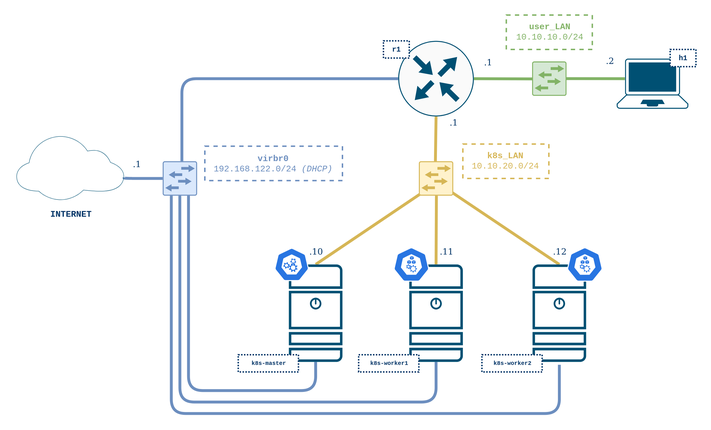
Before: tutorial_kubespray/docs/scenario.png, a diagram exported from draw.io (giros-dit/vnx-kubespray). Source tidied: cells renumbered, new cells last; positions are measured from the earlier drawing's top-left corner, leaving out a move shared by most shapes.
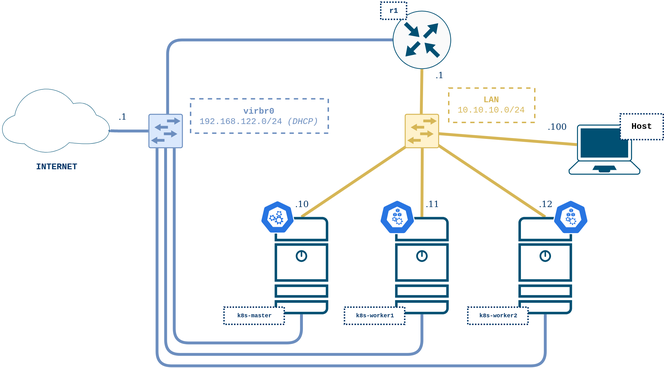
After the commit.

Diff of the diagram source:
```diff
@@ -5,9 +5,8 @@
     <mxCell id="2" style="edgeStyle=none;jettySize=auto;html=1;exitX=0.5;exitY=0;exitDx=0;exitDy=0;exitPerimeter=0;entryX=0.493;entryY=0.591;entryDx=0;entryDy=0;entryPerimeter=0;endArrow=none;strokeColor=#D6B656;strokeWidth=2;fontFamily=Helvetica;fontSize=12;fontColor=#000000;fillColor=#fff2cc;" parent="1" edge="1" source="4" target="29">
       <mxGeometry relative="1" as="geometry" />
     </mxCell>
-    <mxCell id="3" style="edgeStyle=orthogonalEdgeStyle;rounded=1;orthogonalLoop=1;jettySize=auto;html=1;exitX=0.5;exitY=1;exitDx=0;exitDy=0;exitPerimeter=0;entryX=0.25;entryY=0.5;entryDx=0;entryDy=0;entryPerimeter=0;fontSize=12;strokeColor=#6C8EBF;strokeWidth=2;fillColor=#e1d5e7;endArrow=none;" parent="1" edge="1">
+    <mxCell id="3" style="edgeStyle=orthogonalEdgeStyle;rounded=1;jettySize=auto;html=1;exitX=0.5;exitY=1;exitDx=0;exitDy=0;exitPerimeter=0;entryX=0.25;entryY=0.5;entryDx=0;entryDy=0;entryPerimeter=0;fontSize=12;strokeColor=#6C8EBF;strokeWidth=2;fillColor=#e1d5e7;endArrow=none;" parent="1" edge="1" source="4">
       <mxGeometry relative="1" as="geometry">
-        <mxPoint x="378.7" y="244" as="sourcePoint" />
         <mxPoint x="108" y="116" as="targetPoint" />
         <Array as="points">
           <mxPoint x="379" y="278" />
@@ -18,9 +17,6 @@
     <mxCell id="4" style="points=[[0.015,0.015,0],[0.985,0.015,0],[0.985,0.985,0],[0.015,0.985,0],[0.25,0,0],[0.5,0,0],[0.75,0,0],[1,0.25,0],[1,0.5,0],[1,0.75,0],[0.75,1,0],[0.5,1,0],[0.25,1,0],[0,0.75,0],[0,0.5,0],[0,0.25,0]];verticalLabelPosition=bottom;html=1;verticalAlign=top;align=center;shape=mxgraph.cisco19.server;fillColor=#005073;strokeColor=none;" parent="1" vertex="1">
       <mxGeometry x="360" y="174" width="37.4" height="68" as="geometry" />
     </mxCell>
-    <mxCell id="5" style="edgeStyle=none;jettySize=auto;html=1;exitX=1;exitY=0.5;exitDx=0;exitDy=0;exitPerimeter=0;endArrow=none;strokeColor=#82b366;fontFamily=Helvetica;fontSize=12;fontColor=#000000;strokeWidth=2;fillColor=#d5e8d4;entryX=0.631;entryY=0.51;entryDx=0;entryDy=0;entryPerimeter=0;" parent="1" edge="1" source="8" target="30">
-      <mxGeometry relative="1" as="geometry" />
-    </mxCell>
     <mxCell id="6" style="edgeStyle=none;jettySize=auto;html=1;exitX=0.5;exitY=1;exitDx=0;exitDy=0;exitPerimeter=0;entryX=0.473;entryY=0.512;entryDx=0;entryDy=0;entryPerimeter=0;endArrow=none;strokeColor=#d6b656;strokeWidth=2;fontFamily=Helvetica;fontSize=12;fontColor=#000000;fillColor=#fff2cc;" parent="1" edge="1" source="8" target="29">
       <mxGeometry relative="1" as="geometry" />
     </mxCell>
@@ -28,7 +24,7 @@
       <mxGeometry relative="1" as="geometry" />
     </mxCell>
     <mxCell id="8" style="points=[[0.5,0,0],[1,0.5,0],[0.5,1,0],[0,0.5,0],[0.145,0.145,0],[0.8555,0.145,0],[0.855,0.8555,0],[0.145,0.855,0]];verticalLabelPosition=bottom;html=1;verticalAlign=top;align=center;shape=mxgraph.cisco19.rect;prIcon=router;fillColor=#FAFAFA;strokeColor=#005073;" parent="1" vertex="1">
-      <mxGeometry x="266.3" y="18" width="52.8" height="52.8" as="geometry" />
+      <mxGeometry x="272.3" y="30" width="40.8" height="40.8" as="geometry" />
     </mxCell>
     <mxCell id="9" style="edgeStyle=none;jettySize=auto;html=1;exitX=0.5;exitY=0;exitDx=0;exitDy=0;exitPerimeter=0;endArrow=none;strokeColor=#d6b656;strokeWidth=2;fontFamily=Helvetica;fontSize=12;fontColor=#000000;entryX=0.512;entryY=0.611;entryDx=0;entryDy=0;entryPerimeter=0;fillColor=#fff2cc;" parent="1" edge="1" source="11" target="29">
       <mxGeometry relative="1" as="geometry" />
@@ -54,7 +50,7 @@
       <mxGeometry x="190" y="174" width="37.4" height="68" as="geometry" />
     </mxCell>
     <mxCell id="15" value="&lt;p style=&quot;line-height: 100%&quot;&gt;&lt;font style=&quot;font-size: 5px&quot; color=&quot;#003366&quot;&gt;r1&lt;/font&gt;&lt;/p&gt;" style="text;html=1;align=center;verticalAlign=middle;fontSize=5;fontFamily=Courier New;fontStyle=1;fillColor=#ffffff;strokeColor=#003366;dashed=1;dashPattern=1 1;spacing=1;spacingLeft=-3;spacingRight=-3;spacingBottom=-6;spacingTop=-6;" parent="1" vertex="1">
-      <mxGeometry x="256" y="18" width="18" height="12" as="geometry" />
+      <mxGeometry x="264" y="24" width="18" height="12" as="geometry" />
     </mxCell>
     <mxCell id="16" style="html=1;dashed=0;whitespace=wrap;fillColor=#2875E2;strokeColor=#ffffff;shape=mxgraph.kubernetes.icon;prIcon=master;fontFamily=Tahoma;fontSize=8;fontColor=#003366;" parent="1" vertex="1">
       <mxGeometry x="180" y="162" width="24" height="24" as="geometry" />
@@ -77,30 +73,15 @@
     <mxCell id="22" value=".12" style="text;html=1;align=center;verticalAlign=middle;fontSize=6;fontFamily=Tahoma;fontColor=#003366;" parent="1" vertex="1">
       <mxGeometry x="366.7" y="156" width="24" height="18" as="geometry" />
     </mxCell>
-    <mxCell id="23" style="edgeStyle=none;jettySize=auto;html=1;exitX=0.115;exitY=0.4;exitDx=0;exitDy=0;exitPerimeter=0;endArrow=none;strokeColor=#82B366;fontFamily=Helvetica;fontSize=12;fontColor=#000000;strokeWidth=2;fillColor=#d5e8d4;" parent="1" edge="1" source="24" target="30">
-      <mxGeometry relative="1" as="geometry" />
-    </mxCell>
     <mxCell id="24" style="points=[[0.13,0.02,0],[0.5,0,0],[0.87,0.02,0],[0.885,0.4,0],[0.985,0.985,0],[0.5,1,0],[0.015,0.985,0],[0.115,0.4,0]];verticalLabelPosition=bottom;html=1;verticalAlign=top;align=center;shape=mxgraph.cisco19.laptop;fillColor=#005073;strokeColor=none;fontFamily=Courier New;fontSize=6;fontColor=#003366;" parent="1" vertex="1">
-      <mxGeometry x="418.7" y="30.4" width="50" height="35" as="geometry" />
+      <mxGeometry x="395" y="109.5" width="50" height="35" as="geometry" />
     </mxCell>
-    <mxCell id="25" value=".1" style="text;html=1;align=center;verticalAlign=middle;fontSize=6;fontFamily=Tahoma;fontColor=#003366;" parent="1" vertex="1">
-      <mxGeometry x="317.4" y="24" width="24" height="18" as="geometry" />
-    </mxCell>
-    <mxCell id="26" value=".2" style="text;html=1;align=center;verticalAlign=middle;fontSize=6;fontFamily=Tahoma;fontColor=#003366;" parent="1" vertex="1">
-      <mxGeometry x="401.7" y="23.4" width="24" height="18" as="geometry" />
+    <mxCell id="26" value=".100" style="text;html=1;align=center;verticalAlign=middle;fontSize=6;fontFamily=Tahoma;fontColor=#003366;" parent="1" vertex="1">
+      <mxGeometry x="372" y="102" width="30" height="18" as="geometry" />
     </mxCell>
-    <mxCell id="27" value="&lt;b&gt;user_LAN&lt;/b&gt;&lt;br&gt;&lt;div&gt;10.10.10.0/24&lt;/div&gt;" style="text;html=1;align=center;verticalAlign=middle;fontSize=6;fontFamily=Courier New;fontColor=#82B366;dashed=1;strokeColor=#82B366;" parent="1" vertex="1">
-      <mxGeometry x="341.7" width="60" height="24" as="geometry" />
-    </mxCell>
-    <mxCell id="28" value="&lt;b&gt;k8s_LAN&lt;/b&gt;&lt;br&gt;&lt;div&gt;10.10.20.0/24&lt;/div&gt;" style="text;html=1;align=center;verticalAlign=middle;fontSize=6;fontFamily=Courier New;fontColor=#D6B656;strokeColor=#D6B656;dashed=1;" parent="1" vertex="1">
-      <mxGeometry x="311.4" y="90" width="60" height="24" as="geometry" />
+    <mxCell id="28" value="&lt;b&gt;LAN&lt;/b&gt;&lt;br&gt;&lt;div&gt;10.10.10.0/24&lt;/div&gt;" style="text;html=1;align=center;verticalAlign=middle;fontSize=6;fontFamily=Courier New;fontColor=#D6B656;strokeColor=#D6B656;dashed=1;" parent="1" vertex="1">
+      <mxGeometry x="311.4" y="84" width="60" height="24" as="geometry" />
     </mxCell>
-    <mxCell id="29" style="points=[[0.015,0.015,0],[0.985,0.015,0],[0.985,0.985,0],[0.015,0.985,0],[0.25,0,0],[0.5,0,0],[0.75,0,0],[1,0.25,0],[1,0.5,0],[1,0.75,0],[0.75,1,0],[0.5,1,0],[0.25,1,0],[0,0.75,0],[0,0.5,0],[0,0.25,0]];verticalLabelPosition=bottom;html=1;verticalAlign=middle;align=center;shape=mxgraph.cisco19.rect;prIcon=l2_switch;fillColor=#fff2cc;strokeColor=#d6b656;fontFamily=Helvetica;fontSize=12;fontColor=#000000;strokeWidth=2;" parent="1" vertex="1">
-      <mxGeometry x="280.7" y="102" width="24" height="24" as="geometry" />
-    </mxCell>
-    <mxCell id="30" style="points=[[0.015,0.015,0],[0.985,0.015,0],[0.985,0.985,0],[0.015,0.985,0],[0.25,0,0],[0.5,0,0],[0.75,0,0],[1,0.25,0],[1,0.5,0],[1,0.75,0],[0.75,1,0],[0.5,1,0],[0.25,1,0],[0,0.75,0],[0,0.5,0],[0,0.25,0]];verticalLabelPosition=bottom;html=1;verticalAlign=middle;align=center;shape=mxgraph.cisco19.rect;prIcon=l2_switch;fillColor=#d5e8d4;strokeColor=#82B366;fontFamily=Helvetica;fontSize=12;fontColor=#000000;strokeWidth=2;rounded=1;labelBackgroundColor=#ffffff;endArrow=none;" parent="1" vertex="1">
-      <mxGeometry x="359.7" y="32.4" width="24" height="24" as="geometry" />
-    </mxCell>
     <mxCell id="31" style="edgeStyle=orthogonalEdgeStyle;rounded=1;jettySize=auto;html=1;exitX=0;exitY=0.5;exitDx=0;exitDy=0;exitPerimeter=0;entryX=1;entryY=0.65;entryDx=0;entryDy=0;entryPerimeter=0;endArrow=none;strokeColor=#6C8EBF;strokeWidth=2;fontFamily=Helvetica;fontSize=12;fontColor=#000000;fillColor=#e1d5e7;" parent="1" edge="1" source="32" target="33">
       <mxGeometry relative="1" as="geometry" />
     </mxCell>
@@ -125,8 +106,14 @@
     <mxCell id="38" value="&lt;font style=&quot;font-size: 4px&quot; color=&quot;#003366&quot;&gt;k8s-worker2&lt;/font&gt;" style="text;html=1;align=center;verticalAlign=middle;fontSize=4;fontFamily=Courier New;fontStyle=1;fillColor=#ffffff;strokeColor=#003366;dashed=1;dashPattern=1 1;" parent="1" vertex="1">
       <mxGeometry x="324.7" y="237" width="42" height="12" as="geometry" />
     </mxCell>
-    <mxCell id="39" value="&lt;p style=&quot;line-height: 100%&quot;&gt;&lt;font style=&quot;font-size: 5px&quot; color=&quot;#003366&quot;&gt;h1&lt;/font&gt;&lt;/p&gt;" style="text;html=1;align=center;verticalAlign=middle;fontSize=5;fontFamily=Courier New;fontStyle=1;fillColor=#ffffff;strokeColor=#003366;dashed=1;dashPattern=1 1;spacing=1;spacingLeft=-3;spacingRight=-3;spacingBottom=-6;spacingTop=-6;" parent="1" vertex="1">
-      <mxGeometry x="456" y="24" width="18" height="12" as="geometry" />
-    </mxCell>
+    <mxCell id="40" value="Host" style="text;html=1;align=center;verticalAlign=middle;fontSize=6;fontFamily=Courier New;fontStyle=1;fillColor=#ffffff;strokeColor=#003366;dashed=1;dashPattern=1 1;" parent="1" vertex="1">
+      <mxGeometry x="431" y="102" width="30" height="18" as="geometry" />
+    </mxCell>
+    <mxCell id="41" style="edgeStyle=none;jettySize=auto;html=1;exitX=0.115;exitY=0.4;exitDx=0;exitDy=0;exitPerimeter=0;entryX=0.671;entryY=0.552;entryDx=0;entryDy=0;entryPerimeter=0;endArrow=none;strokeColor=#D6B656;strokeWidth=2;fontFamily=Helvetica;fontSize=12;fontColor=#000000;fillColor=#fff2cc;" parent="1" edge="1" source="24" target="29">
+      <mxGeometry relative="1" as="geometry" />
+    </mxCell>
+    <mxCell id="29" style="points=[[0.015,0.015,0],[0.985,0.015,0],[0.985,0.985,0],[0.015,0.985,0],[0.25,0,0],[0.5,0,0],[0.75,0,0],[1,0.25,0],[1,0.5,0],[1,0.75,0],[0.75,1,0],[0.5,1,0],[0.25,1,0],[0,0.75,0],[0,0.5,0],[0,0.25,0]];verticalLabelPosition=bottom;html=1;verticalAlign=middle;align=center;shape=mxgraph.cisco19.rect;prIcon=l2_switch;fillColor=#fff2cc;strokeColor=#d6b656;fontFamily=Helvetica;fontSize=12;fontColor=#000000;strokeWidth=2;" parent="1" vertex="1">
+      <mxGeometry x="280.7" y="102" width="24" height="24" as="geometry" />
+    </mxCell>
   </root>
 </mxGraphModel>
```
